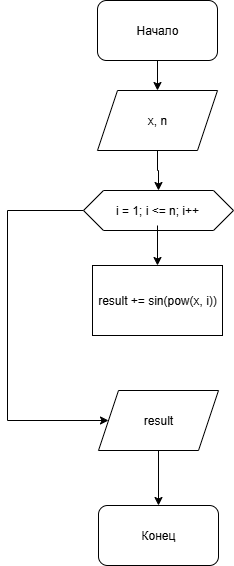
Before: homework_Lb8/лабораторная8.drawio.png, a diagram exported from draw.io (marfilich/Homework). Source tidied: cells renumbered, new cells last; positions are measured from the earlier drawing's top-left corner, leaving out a move shared by most shapes.
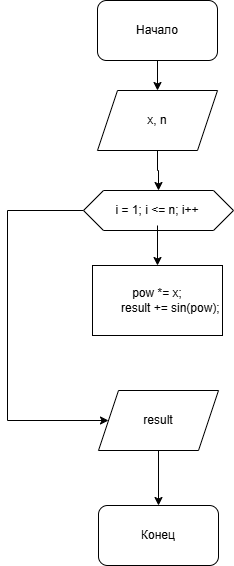
After the commit.

What changed in the source:
```diff
@@ -37,12 +37,9 @@
     <mxCell id="11" value="i = 1; i &amp;lt;= n; i++" style="text;html=1;align=center;verticalAlign=middle;whiteSpace=wrap;rounded=0;" parent="1" vertex="1">
       <mxGeometry x="90" y="195" width="120" height="30" as="geometry" />
     </mxCell>
-    <mxCell id="12" style="rounded=0;whiteSpace=wrap;html=1;" parent="1" vertex="1">
+    <mxCell id="12" value="&lt;div&gt;pow *= x;&lt;/div&gt;&lt;div&gt;&lt;span style=&quot;white-space: normal;&quot;&gt;&lt;span style=&quot;white-space:pre&quot;&gt;&#9;&lt;/span&gt;result += sin(pow);&lt;/span&gt;&lt;/div&gt;" style="rounded=0;whiteSpace=wrap;html=1;" parent="1" vertex="1">
       <mxGeometry x="85" y="265" width="130" height="70" as="geometry" />
     </mxCell>
-    <mxCell id="13" value="result += sin(pow(x, i))" style="text;html=1;align=center;verticalAlign=middle;whiteSpace=wrap;rounded=0;" parent="1" vertex="1">
-      <mxGeometry x="85" y="282.5" width="130" height="35" as="geometry" />
-    </mxCell>
     <mxCell id="14" style="edgeStyle=orthogonalEdgeStyle;rounded=0;jettySize=auto;html=1;entryX=0.5;entryY=0;entryDx=0;entryDy=0;" parent="1" edge="1" source="15" target="16">
       <mxGeometry relative="1" as="geometry" />
     </mxCell>
```
